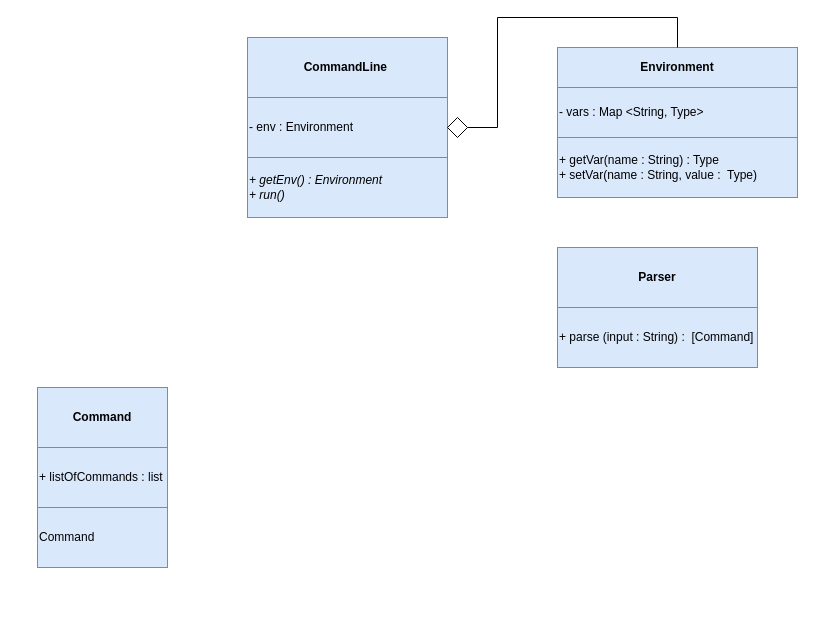
The draw.io diagram Untitled Diagram.drawio in inspired99/software-design-2022-itmo-spr, before the edit. Source tidied: cells renumbered, new cells numbered last; positions are measured from the earlier drawing's top-left corner, leaving out a move shared by most shapes. Both pictures are drawn from the tidied source at 100%, with x=0, y=0 at pixel (37, 17).
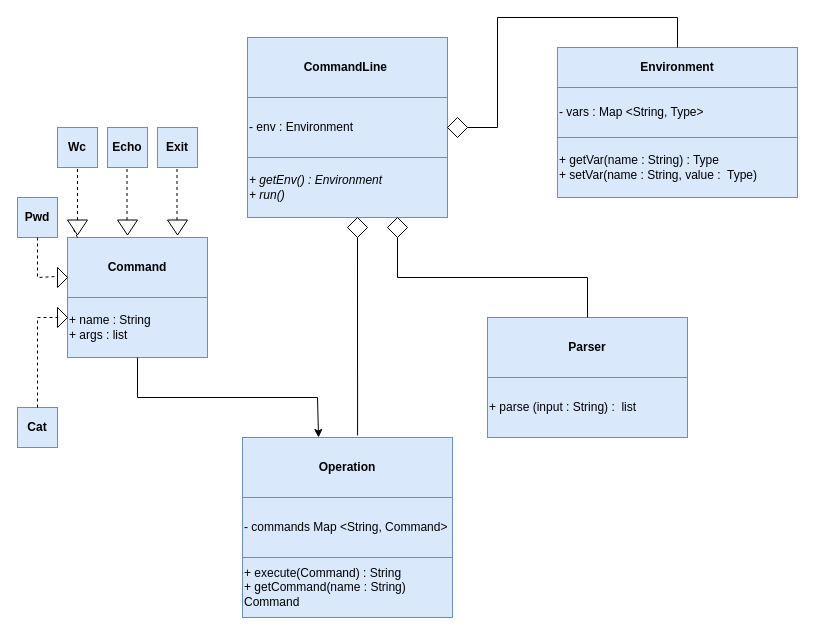
The same diagram, later.

Commit message:
UML_classes

Unchanged cells that the change refers to:
```xml
<mxCell id="7" value="&lt;i&gt;+ getEnv() : Environment&lt;br&gt;+ run()&lt;br&gt;&lt;/i&gt;" style="rounded=0;whiteSpace=wrap;html=1;fillColor=#dae8fc;strokeColor=#6c8ebf;align=left;" parent="1" vertex="1">
  <mxGeometry x="210" y="140" width="200" height="60" as="geometry" />
</mxCell>
```

Change to the diagram source:
```diff
@@
     <mxCell id="2" value="&lt;b&gt;Command&lt;/b&gt;" style="rounded=0;whiteSpace=wrap;html=1;fillColor=#dae8fc;strokeColor=#6c8ebf;" parent="1" vertex="1">
-      <mxGeometry y="370" width="130" height="60" as="geometry" />
+      <mxGeometry x="30" y="220" width="140" height="60" as="geometry" />
     </mxCell>
-    <mxCell id="3" value="Command" style="rounded=0;whiteSpace=wrap;html=1;fillColor=#dae8fc;strokeColor=#6c8ebf;align=left;" parent="1" vertex="1">
-      <mxGeometry y="490" width="130" height="60" as="geometry" />
-    </mxCell>
-    <mxCell id="4" value="+ listOfCommands : list" style="rounded=0;whiteSpace=wrap;html=1;fillColor=#dae8fc;strokeColor=#6c8ebf;align=left;" parent="1" vertex="1">
-      <mxGeometry y="430" width="130" height="60" as="geometry" />
+    <mxCell id="4" value="+ name : String&lt;br&gt;+ args : list" style="rounded=0;whiteSpace=wrap;html=1;fillColor=#dae8fc;strokeColor=#6c8ebf;align=left;" parent="1" vertex="1">
+      <mxGeometry x="30" y="280" width="140" height="60" as="geometry" />
     </mxCell>
@@
+    <mxCell id="19" style="edgeStyle=orthogonalEdgeStyle;rounded=0;jettySize=auto;html=1;exitX=0.25;exitY=1;exitDx=0;exitDy=0;" parent="1" edge="1" source="14" target="15">
+      <mxGeometry relative="1" as="geometry" />
+    </mxCell>
     <mxCell id="14" value="&lt;b&gt;Parser&lt;/b&gt;" style="rounded=0;whiteSpace=wrap;html=1;fillColor=#dae8fc;strokeColor=#6c8ebf;" parent="1" vertex="1">
-      <mxGeometry x="520" y="230" width="200" height="60" as="geometry" />
+      <mxGeometry x="450" y="300" width="200" height="60" as="geometry" />
     </mxCell>
-    <mxCell id="15" value="+ parse (input : String) :&amp;nbsp; [Command]" style="rounded=0;whiteSpace=wrap;html=1;fillColor=#dae8fc;strokeColor=#6c8ebf;align=left;" parent="1" vertex="1">
-      <mxGeometry x="520" y="290" width="200" height="60" as="geometry" />
+    <mxCell id="15" value="+ parse (input : String) :&amp;nbsp; list" style="rounded=0;whiteSpace=wrap;html=1;fillColor=#dae8fc;strokeColor=#6c8ebf;align=left;" parent="1" vertex="1">
+      <mxGeometry x="450" y="360" width="200" height="60" as="geometry" />
     </mxCell>
@@
+    <mxCell id="20" value="&lt;b&gt;Operation&lt;/b&gt;" style="rounded=0;whiteSpace=wrap;html=1;fillColor=#dae8fc;strokeColor=#6c8ebf;" parent="1" vertex="1">
+      <mxGeometry x="205" y="420" width="210" height="60" as="geometry" />
+    </mxCell>
+    <mxCell id="21" value="- commands Map &amp;lt;String, Command&amp;gt;" style="rounded=0;whiteSpace=wrap;html=1;fillColor=#dae8fc;strokeColor=#6c8ebf;align=left;" parent="1" vertex="1">
+      <mxGeometry x="205" y="480" width="210" height="60" as="geometry" />
+    </mxCell>
+    <mxCell id="22" value="+ execute(Command) : String&lt;br&gt;+ getCommand(name : String) Command" style="rounded=0;whiteSpace=wrap;html=1;fillColor=#dae8fc;strokeColor=#6c8ebf;align=left;" parent="1" vertex="1">
+      <mxGeometry x="205" y="540" width="210" height="60" as="geometry" />
+    </mxCell>
+    <mxCell id="23" style="endArrow=classic;html=1;rounded=0;entryX=0.362;entryY=0;entryDx=0;entryDy=0;entryPerimeter=0;" parent="1" edge="1" target="20">
+      <mxGeometry relative="1" as="geometry">
+        <mxPoint x="280" y="380" as="sourcePoint" />
+      </mxGeometry>
+    </mxCell>
+    <mxCell id="24" style="endArrow=none;html=1;rounded=0;" parent="1" edge="1">
+      <mxGeometry relative="1" as="geometry">
+        <mxPoint x="280" y="380" as="sourcePoint" />
+        <mxPoint x="100" y="380" as="targetPoint" />
+      </mxGeometry>
+    </mxCell>
+    <mxCell id="25" style="endArrow=none;html=1;rounded=0;exitX=0.5;exitY=1;exitDx=0;exitDy=0;" parent="1" edge="1" source="4">
+      <mxGeometry relative="1" as="geometry">
+        <mxPoint x="100" y="380" as="targetPoint" />
+      </mxGeometry>
+    </mxCell>
+    <mxCell id="26" value="&lt;b&gt;Cat&lt;br&gt;&lt;/b&gt;" style="rounded=0;whiteSpace=wrap;html=1;fillColor=#dae8fc;strokeColor=#6c8ebf;" parent="1" vertex="1">
+      <mxGeometry x="-20" y="390" width="40" height="40" as="geometry" />
+    </mxCell>
+    <mxCell id="27" value="&lt;b&gt;Wc&lt;br&gt;&lt;/b&gt;" style="rounded=0;whiteSpace=wrap;html=1;fillColor=#dae8fc;strokeColor=#6c8ebf;" parent="1" vertex="1">
+      <mxGeometry x="20" y="110" width="40" height="40" as="geometry" />
+    </mxCell>
+    <mxCell id="28" value="&lt;b&gt;Echo&lt;br&gt;&lt;/b&gt;" style="rounded=0;whiteSpace=wrap;html=1;fillColor=#dae8fc;strokeColor=#6c8ebf;" parent="1" vertex="1">
+      <mxGeometry x="70" y="110" width="40" height="40" as="geometry" />
+    </mxCell>
+    <mxCell id="29" value="&lt;b&gt;Exit&lt;br&gt;&lt;/b&gt;" style="rounded=0;whiteSpace=wrap;html=1;fillColor=#dae8fc;strokeColor=#6c8ebf;" parent="1" vertex="1">
+      <mxGeometry x="120" y="110" width="40" height="40" as="geometry" />
+    </mxCell>
+    <mxCell id="30" value="&lt;b&gt;Pwd&lt;br&gt;&lt;/b&gt;" style="rounded=0;whiteSpace=wrap;html=1;fillColor=#dae8fc;strokeColor=#6c8ebf;" parent="1" vertex="1">
+      <mxGeometry x="-20" y="180" width="40" height="40" as="geometry" />
+    </mxCell>
+    <mxCell id="31" style="endArrow=none;dashed=1;html=1;rounded=0;exitX=0.5;exitY=1;exitDx=0;exitDy=0;" parent="1" edge="1" source="30">
+      <mxGeometry relative="1" as="geometry">
+        <mxPoint y="260" as="targetPoint" />
+      </mxGeometry>
+    </mxCell>
+    <mxCell id="32" style="endArrow=none;dashed=1;html=1;rounded=0;exitX=-0.007;exitY=0.642;exitDx=0;exitDy=0;exitPerimeter=0;" parent="1" edge="1" source="2">
+      <mxGeometry relative="1" as="geometry">
+        <mxPoint y="260" as="targetPoint" />
+      </mxGeometry>
+    </mxCell>
+    <mxCell id="33" style="triangle;whiteSpace=wrap;html=1;" parent="1" vertex="1">
+      <mxGeometry x="20" y="250" width="10" height="20" as="geometry" />
+    </mxCell>
+    <mxCell id="34" style="endArrow=none;dashed=1;html=1;rounded=0;exitX=0.5;exitY=0;exitDx=0;exitDy=0;" parent="1" edge="1" source="26">
+      <mxGeometry relative="1" as="geometry">
+        <mxPoint y="300" as="targetPoint" />
+      </mxGeometry>
+    </mxCell>
+    <mxCell id="35" style="endArrow=none;dashed=1;html=1;rounded=0;startArrow=none;" parent="1" edge="1" source="36">
+      <mxGeometry relative="1" as="geometry">
+        <mxPoint x="30" y="300" as="targetPoint" />
+      </mxGeometry>
+    </mxCell>
+    <mxCell id="36" style="triangle;whiteSpace=wrap;html=1;" parent="1" vertex="1">
+      <mxGeometry x="20" y="290" width="10" height="20" as="geometry" />
+    </mxCell>
+    <mxCell id="37" style="endArrow=none;dashed=1;html=1;rounded=0;" parent="1" edge="1" target="36">
+      <mxGeometry relative="1" as="geometry">
+        <mxPoint y="300" as="sourcePoint" />
+      </mxGeometry>
+    </mxCell>
+    <mxCell id="38" style="endArrow=none;dashed=1;html=1;rounded=0;entryX=0.5;entryY=1;entryDx=0;entryDy=0;startArrow=none;" parent="1" edge="1" source="39" target="27">
+      <mxGeometry relative="1" as="geometry" />
+    </mxCell>
+    <mxCell id="39" style="triangle;whiteSpace=wrap;html=1;rotation=90;" parent="1" vertex="1">
+      <mxGeometry x="32.5" y="200" width="15" height="20" as="geometry" />
+    </mxCell>
+    <mxCell id="40" style="endArrow=none;dashed=1;html=1;rounded=0;entryX=0.5;entryY=1;entryDx=0;entryDy=0;" parent="1" edge="1" target="39">
+      <mxGeometry relative="1" as="geometry">
+        <mxPoint x="40" y="220" as="sourcePoint" />
+      </mxGeometry>
+    </mxCell>
+    <mxCell id="41" style="triangle;whiteSpace=wrap;html=1;rotation=90;" parent="1" vertex="1">
+      <mxGeometry x="82.5" y="200" width="15" height="20" as="geometry" />
+    </mxCell>
+    <mxCell id="42" style="endArrow=none;dashed=1;html=1;rounded=0;entryX=0.5;entryY=1;entryDx=0;entryDy=0;startArrow=none;" parent="1" edge="1">
+      <mxGeometry relative="1" as="geometry">
+        <mxPoint x="89.5" y="202.5" as="sourcePoint" />
+        <mxPoint x="89.5" y="150" as="targetPoint" />
+      </mxGeometry>
+    </mxCell>
+    <mxCell id="43" style="endArrow=none;dashed=1;html=1;rounded=0;entryX=0.5;entryY=1;entryDx=0;entryDy=0;startArrow=none;" parent="1" edge="1">
+      <mxGeometry relative="1" as="geometry">
+        <mxPoint x="139.5" y="202.5" as="sourcePoint" />
+        <mxPoint x="139.5" y="150" as="targetPoint" />
+      </mxGeometry>
+    </mxCell>
+    <mxCell id="44" style="triangle;whiteSpace=wrap;html=1;rotation=90;" parent="1" vertex="1">
+      <mxGeometry x="132.5" y="200" width="15" height="20" as="geometry" />
+    </mxCell>
+    <mxCell id="45" style="endArrow=none;html=1;rounded=0;entryX=0.75;entryY=1;entryDx=0;entryDy=0;startArrow=none;" parent="1" edge="1" source="49" target="7">
+      <mxGeometry relative="1" as="geometry" />
+    </mxCell>
+    <mxCell id="46" style="endArrow=none;html=1;rounded=0;" parent="1" edge="1">
+      <mxGeometry relative="1" as="geometry">
+        <mxPoint x="550" y="260" as="sourcePoint" />
+        <mxPoint x="360" y="260" as="targetPoint" />
+      </mxGeometry>
+    </mxCell>
+    <mxCell id="47" style="endArrow=none;html=1;rounded=0;entryX=0.5;entryY=0;entryDx=0;entryDy=0;" parent="1" edge="1" target="14">
+      <mxGeometry relative="1" as="geometry">
+        <mxPoint x="550" y="260" as="sourcePoint" />
+      </mxGeometry>
+    </mxCell>
+    <mxCell id="48" style="rhombus;whiteSpace=wrap;html=1;" parent="1" vertex="1">
+      <mxGeometry x="310" y="200" width="20" height="20" as="geometry" />
+    </mxCell>
+    <mxCell id="49" style="rhombus;whiteSpace=wrap;html=1;" parent="1" vertex="1">
+      <mxGeometry x="350" y="200" width="20" height="20" as="geometry" />
+    </mxCell>
+    <mxCell id="50" style="endArrow=none;html=1;rounded=0;" parent="1" edge="1">
+      <mxGeometry relative="1" as="geometry">
+        <mxPoint x="360" y="260" as="sourcePoint" />
+        <mxPoint x="360" y="220" as="targetPoint" />
+      </mxGeometry>
+    </mxCell>
+    <mxCell id="51" style="endArrow=none;html=1;rounded=0;exitX=0.5;exitY=1;exitDx=0;exitDy=0;entryX=0.548;entryY=-0.033;entryDx=0;entryDy=0;entryPerimeter=0;" parent="1" edge="1" source="48" target="20">
+      <mxGeometry relative="1" as="geometry" />
+    </mxCell>
```
